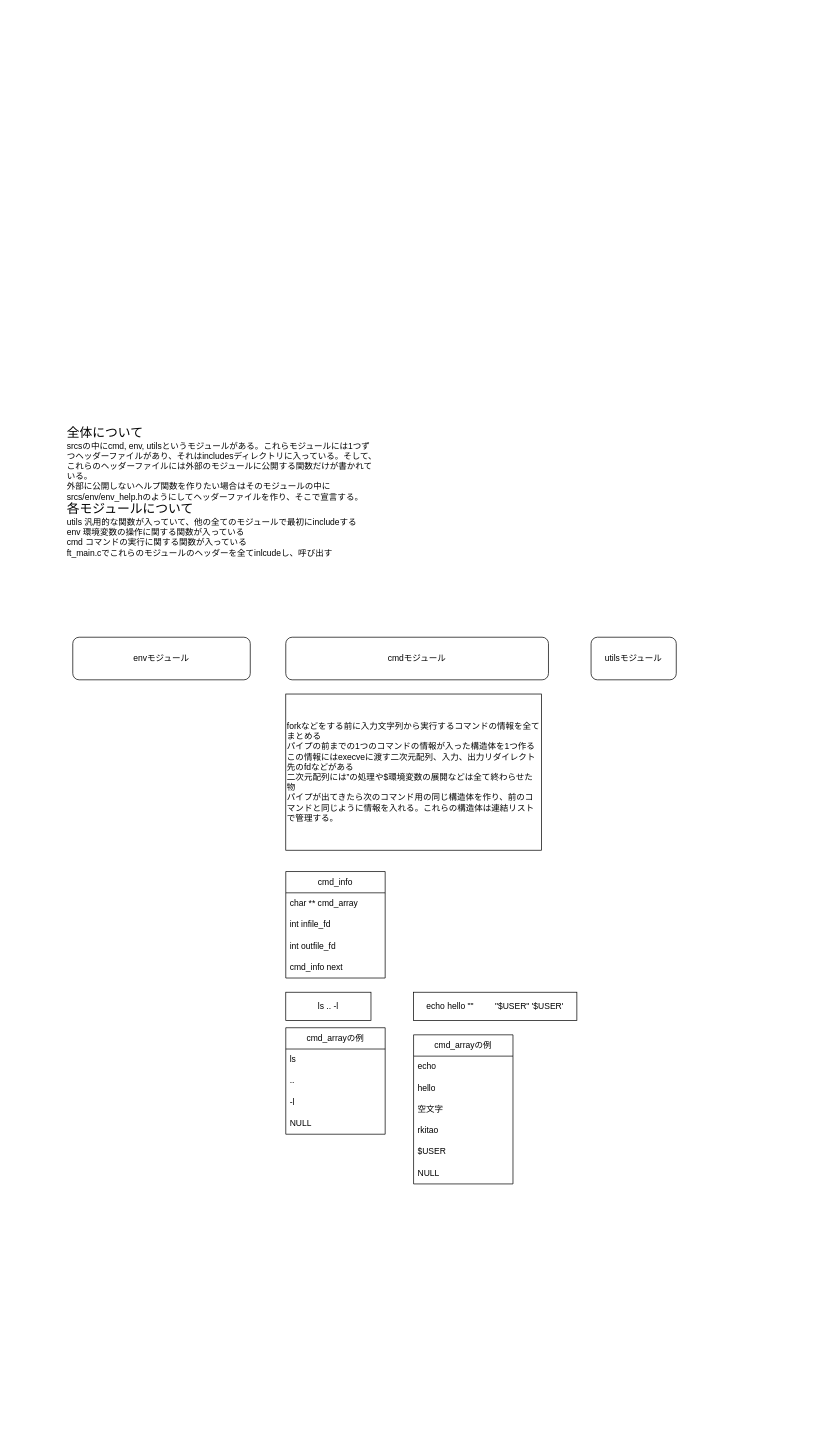
rk0730/minishell keeps this draw.io diagram as design.drawio. Above is the earlier version. Source tidied: cells renumbered, new cells numbered last; positions are measured from the earlier drawing's top-left corner, leaving out a move shared by most shapes. Both pictures are drawn from the tidied source at 71%, with x=0, y=0 at pixel (65, 388).
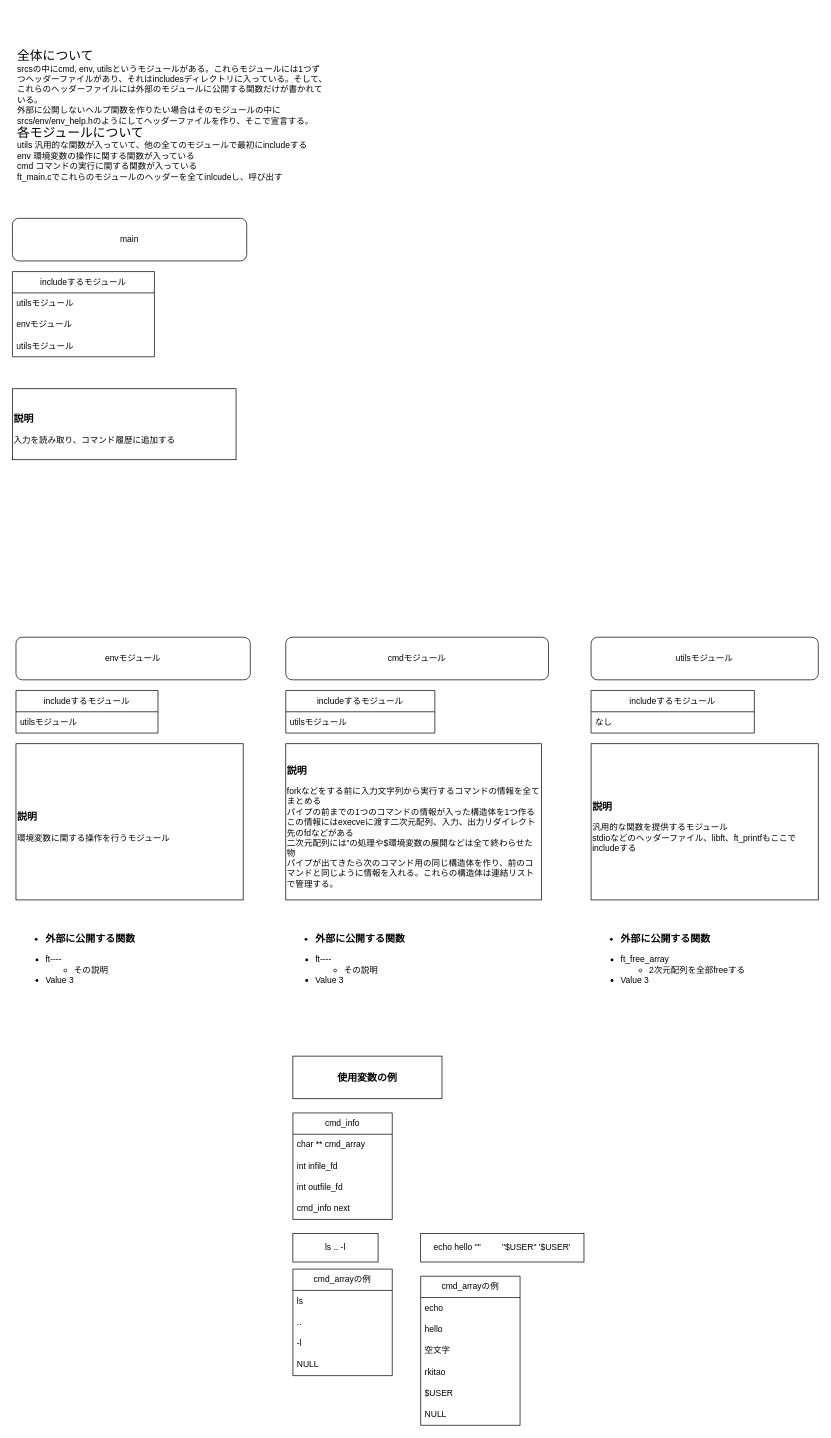
After the change.

The edit, as a diff of the source:
```diff
@@
     <mxCell id="2" value="&lt;font style=&quot;font-size: 18px;&quot;&gt;全体について&lt;/font&gt;&lt;br&gt;srcsの中にcmd, env, utilsというモジュールがある。これらモジュールには1つずつヘッダーファイルがあり、それはincludesディレクトリに入っている。そして、これらのヘッダーファイルには外部のモジュールに公開する関数だけが書かれている。&lt;br&gt;外部に公開しないヘルプ関数を作りたい場合はそのモジュールの中にsrcs/env/env_help.hのようにしてヘッダーファイルを作り、そこで宣言する。&lt;br&gt;&lt;font style=&quot;font-size: 18px;&quot;&gt;各モジュールについて&lt;br&gt;&lt;/font&gt;utils 汎用的な関数が入っていて、他の全てのモジュールで最初にincludeする&lt;br&gt;env 環境変数の操作に関する関数が入っている&lt;br&gt;cmd コマンドの実行に関する関数が入っている&lt;br&gt;ft_main.cでこれらのモジュールのヘッダーを全てinlcudeし、呼び出す&lt;br&gt;" style="text;html=1;strokeColor=none;fillColor=none;align=left;verticalAlign=middle;whiteSpace=wrap;rounded=0;" parent="1" vertex="1">
-      <mxGeometry width="440" height="290" as="geometry" />
+      <mxGeometry x="-70" y="-530" width="440" height="290" as="geometry" />
     </mxCell>
@@
     <mxCell id="4" value="envモジュール" style="rounded=1;whiteSpace=wrap;html=1;" parent="1" vertex="1">
-      <mxGeometry x="10" y="350" width="250" height="60" as="geometry" />
+      <mxGeometry x="-70" y="350" width="330" height="60" as="geometry" />
     </mxCell>
     <mxCell id="5" value="utilsモジュール" style="rounded=1;whiteSpace=wrap;html=1;" parent="1" vertex="1">
-      <mxGeometry x="740" y="350" width="120" height="60" as="geometry" />
+      <mxGeometry x="740" y="350" width="320" height="60" as="geometry" />
     </mxCell>
-    <mxCell id="6" value="forkなどをする前に入力文字列から実行するコマンドの情報を全てまとめる&lt;br&gt;パイプの前までの1つのコマンドの情報が入った構造体を1つ作る&lt;br&gt;この情報にはexecveに渡す二次元配列、入力、出力リダイレクト先のfdなどがある&lt;br&gt;二次元配列には”の処理や$環境変数の展開などは全て終わらせた物&lt;br&gt;パイプが出てきたら次のコマンド用の同じ構造体を作り、前のコマンドと同じように情報を入れる。これらの構造体は連結リストで管理する。" style="rounded=0;whiteSpace=wrap;html=1;align=left;" parent="1" vertex="1">
-      <mxGeometry x="310" y="430" width="360" height="220" as="geometry" />
+    <mxCell id="6" value="&lt;h3&gt;説明&lt;/h3&gt;forkなどをする前に入力文字列から実行するコマンドの情報を全てまとめる&lt;br&gt;パイプの前までの1つのコマンドの情報が入った構造体を1つ作る&lt;br&gt;この情報にはexecveに渡す二次元配列、入力、出力リダイレクト先のfdなどがある&lt;br&gt;二次元配列には”の処理や$環境変数の展開などは全て終わらせた物&lt;br&gt;パイプが出てきたら次のコマンド用の同じ構造体を作り、前のコマンドと同じように情報を入れる。これらの構造体は連結リストで管理する。" style="rounded=0;whiteSpace=wrap;html=1;align=left;" parent="1" vertex="1">
+      <mxGeometry x="310" y="500" width="360" height="220" as="geometry" />
     </mxCell>
     <mxCell id="7" value="cmd_info" style="swimlane;fontStyle=0;horizontal=1;startSize=30;whiteSpace=wrap;html=1;" parent="1" vertex="1">
-      <mxGeometry x="310" y="680" width="140" height="150" as="geometry" />
+      <mxGeometry x="320" y="1020" width="140" height="150" as="geometry" />
     </mxCell>
@@
     <mxCell id="12" value="cmd_arrayの例" style="swimlane;fontStyle=0;horizontal=1;startSize=30;whiteSpace=wrap;html=1;" parent="1" vertex="1">
-      <mxGeometry x="310" y="900" width="140" height="150" as="geometry" />
+      <mxGeometry x="320" y="1240" width="140" height="150" as="geometry" />
     </mxCell>
@@
     <mxCell id="17" value="cmd_arrayの例" style="swimlane;fontStyle=0;horizontal=1;startSize=30;whiteSpace=wrap;html=1;" parent="1" vertex="1">
-      <mxGeometry x="490" y="910" width="140" height="210" as="geometry" />
+      <mxGeometry x="500" y="1250" width="140" height="210" as="geometry" />
     </mxCell>
@@
     <mxCell id="24" value="ls .. -l" style="rounded=0;whiteSpace=wrap;html=1;" parent="1" vertex="1">
-      <mxGeometry x="310" y="850" width="120" height="40" as="geometry" />
+      <mxGeometry x="320" y="1190" width="120" height="40" as="geometry" />
     </mxCell>
     <mxCell id="25" value="echo hello &quot;&quot;&amp;nbsp; &amp;nbsp; &amp;nbsp; &amp;nbsp; &amp;nbsp;&quot;$USER&quot; '$USER'" style="rounded=0;whiteSpace=wrap;html=1;" parent="1" vertex="1">
-      <mxGeometry x="490" y="850" width="230" height="40" as="geometry" />
+      <mxGeometry x="500" y="1190" width="230" height="40" as="geometry" />
     </mxCell>
+    <mxCell id="26" value="&lt;h3&gt;&lt;ul&gt;&lt;li&gt;外部に公開する関数&lt;/li&gt;&lt;/ul&gt;&lt;/h3&gt;&lt;ul&gt;&lt;li&gt;ft----&lt;/li&gt;&lt;ul&gt;&lt;li&gt;その説明&lt;/li&gt;&lt;/ul&gt;&lt;li&gt;Value 3&lt;/li&gt;&lt;/ul&gt;" style="text;strokeColor=none;fillColor=none;html=1;whiteSpace=wrap;verticalAlign=middle;overflow=hidden;align=left;" parent="1" vertex="1">
+      <mxGeometry x="-70" y="750" width="250" height="100" as="geometry" />
+    </mxCell>
+    <mxCell id="27" value="&lt;h3&gt;使用変数の例&lt;/h3&gt;" style="rounded=0;whiteSpace=wrap;html=1;" parent="1" vertex="1">
+      <mxGeometry x="320" y="940" width="210" height="60" as="geometry" />
+    </mxCell>
+    <mxCell id="28" value="includeするモジュール" style="swimlane;fontStyle=0;horizontal=1;startSize=30;whiteSpace=wrap;html=1;" parent="1" vertex="1">
+      <mxGeometry x="310" y="425" width="210" height="60" as="geometry" />
+    </mxCell>
+    <mxCell id="29" value="utilsモジュール" style="text;strokeColor=none;fillColor=none;align=left;verticalAlign=middle;spacingLeft=4;spacingRight=4;overflow=hidden;whiteSpace=wrap;html=1;" parent="28" vertex="1">
+      <mxGeometry y="30" width="210" height="30" as="geometry" />
+    </mxCell>
+    <mxCell id="30" value="includeするモジュール" style="swimlane;fontStyle=0;horizontal=1;startSize=30;whiteSpace=wrap;html=1;" parent="1" vertex="1">
+      <mxGeometry x="-70" y="425" width="200" height="60" as="geometry" />
+    </mxCell>
+    <mxCell id="31" value="utilsモジュール" style="text;strokeColor=none;fillColor=none;align=left;verticalAlign=middle;spacingLeft=4;spacingRight=4;overflow=hidden;whiteSpace=wrap;html=1;" parent="30" vertex="1">
+      <mxGeometry y="30" width="200" height="30" as="geometry" />
+    </mxCell>
+    <mxCell id="32" value="includeするモジュール" style="swimlane;fontStyle=0;horizontal=1;startSize=30;whiteSpace=wrap;html=1;" parent="1" vertex="1">
+      <mxGeometry x="740" y="425" width="230" height="60" as="geometry" />
+    </mxCell>
+    <mxCell id="33" value="なし" style="text;strokeColor=none;fillColor=none;align=left;verticalAlign=middle;spacingLeft=4;spacingRight=4;overflow=hidden;whiteSpace=wrap;html=1;" parent="32" vertex="1">
+      <mxGeometry y="30" width="230" height="30" as="geometry" />
+    </mxCell>
+    <mxCell id="34" value="&lt;h3&gt;説明&lt;/h3&gt;&lt;div&gt;環境変数に関する操作を行うモジュール&lt;/div&gt;" style="rounded=0;whiteSpace=wrap;html=1;align=left;" parent="1" vertex="1">
+      <mxGeometry x="-70" y="500" width="320" height="220" as="geometry" />
+    </mxCell>
+    <mxCell id="35" value="&lt;h3&gt;説明&lt;/h3&gt;&lt;div&gt;汎用的な関数を提供するモジュール&lt;/div&gt;&lt;div&gt;stdioなどのヘッダーファイル、libft、ft_printfもここでincludeする&lt;/div&gt;" style="rounded=0;whiteSpace=wrap;html=1;align=left;" parent="1" vertex="1">
+      <mxGeometry x="740" y="500" width="320" height="220" as="geometry" />
+    </mxCell>
+    <mxCell id="36" value="&lt;h3&gt;&lt;ul&gt;&lt;li&gt;外部に公開する関数&lt;/li&gt;&lt;/ul&gt;&lt;/h3&gt;&lt;ul&gt;&lt;li&gt;ft----&lt;/li&gt;&lt;ul&gt;&lt;li&gt;その説明&lt;/li&gt;&lt;/ul&gt;&lt;li&gt;Value 3&lt;/li&gt;&lt;/ul&gt;" style="text;strokeColor=none;fillColor=none;html=1;whiteSpace=wrap;verticalAlign=middle;overflow=hidden;" parent="1" vertex="1">
+      <mxGeometry x="310" y="750" width="250" height="100" as="geometry" />
+    </mxCell>
+    <mxCell id="37" value="&lt;h3&gt;&lt;ul&gt;&lt;li&gt;外部に公開する関数&lt;/li&gt;&lt;/ul&gt;&lt;/h3&gt;&lt;ul&gt;&lt;li&gt;ft_free_array&lt;/li&gt;&lt;ul&gt;&lt;li&gt;2次元配列を全部freeする&lt;/li&gt;&lt;/ul&gt;&lt;li&gt;Value 3&lt;/li&gt;&lt;/ul&gt;" style="text;strokeColor=none;fillColor=none;html=1;whiteSpace=wrap;verticalAlign=middle;overflow=hidden;" parent="1" vertex="1">
+      <mxGeometry x="740" y="750" width="250" height="100" as="geometry" />
+    </mxCell>
+    <mxCell id="38" value="main" style="rounded=1;whiteSpace=wrap;html=1;" parent="1" vertex="1">
+      <mxGeometry x="-75" y="-240" width="330" height="60" as="geometry" />
+    </mxCell>
+    <mxCell id="39" value="includeするモジュール" style="swimlane;fontStyle=0;horizontal=1;startSize=30;whiteSpace=wrap;html=1;" parent="1" vertex="1">
+      <mxGeometry x="-75" y="-165" width="200" height="120" as="geometry" />
+    </mxCell>
+    <mxCell id="40" value="utilsモジュール" style="text;strokeColor=none;fillColor=none;align=left;verticalAlign=middle;spacingLeft=4;spacingRight=4;overflow=hidden;whiteSpace=wrap;html=1;" parent="39" vertex="1">
+      <mxGeometry y="30" width="200" height="30" as="geometry" />
+    </mxCell>
+    <mxCell id="41" value="envモジュール" style="text;strokeColor=none;fillColor=none;align=left;verticalAlign=middle;spacingLeft=4;spacingRight=4;overflow=hidden;whiteSpace=wrap;html=1;" parent="39" vertex="1">
+      <mxGeometry y="60" width="200" height="30" as="geometry" />
+    </mxCell>
+    <mxCell id="42" value="utilsモジュール" style="text;strokeColor=none;fillColor=none;align=left;verticalAlign=middle;spacingLeft=4;spacingRight=4;overflow=hidden;whiteSpace=wrap;html=1;" parent="39" vertex="1">
+      <mxGeometry y="90" width="200" height="30" as="geometry" />
+    </mxCell>
+    <mxCell id="43" value="&lt;h3&gt;説明&lt;/h3&gt;&lt;div&gt;入力を読み取り、コマンド履歴に追加する&lt;/div&gt;" style="rounded=0;whiteSpace=wrap;html=1;align=left;" parent="1" vertex="1">
+      <mxGeometry x="-75" width="315" height="100" as="geometry" />
+    </mxCell>
```
